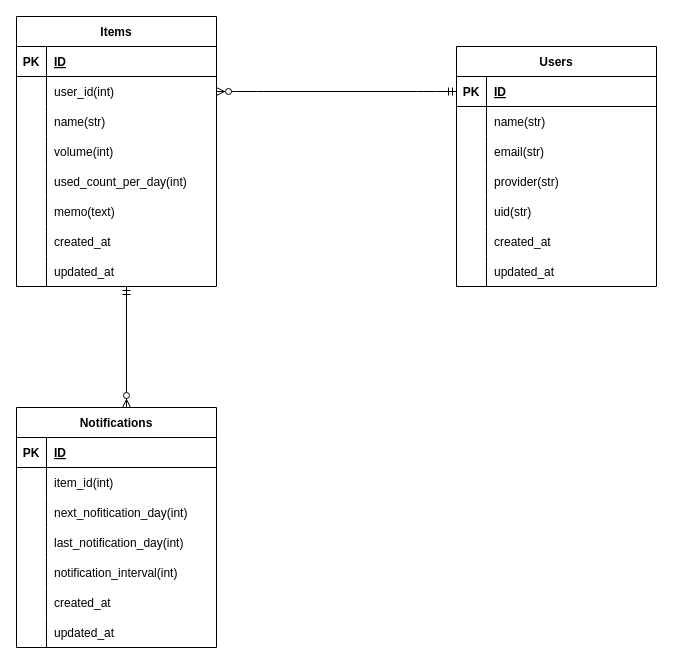
Before: ER_diagram.dio in nakajima-takeshi/stockmate, a draw.io diagram. Source tidied: cells renumbered, new cells numbered last; positions are measured from the earlier drawing's top-left corner, leaving out a move shared by most shapes. Both pictures are drawn from the tidied source at 100%, with x=0, y=0 at pixel (16, 16).
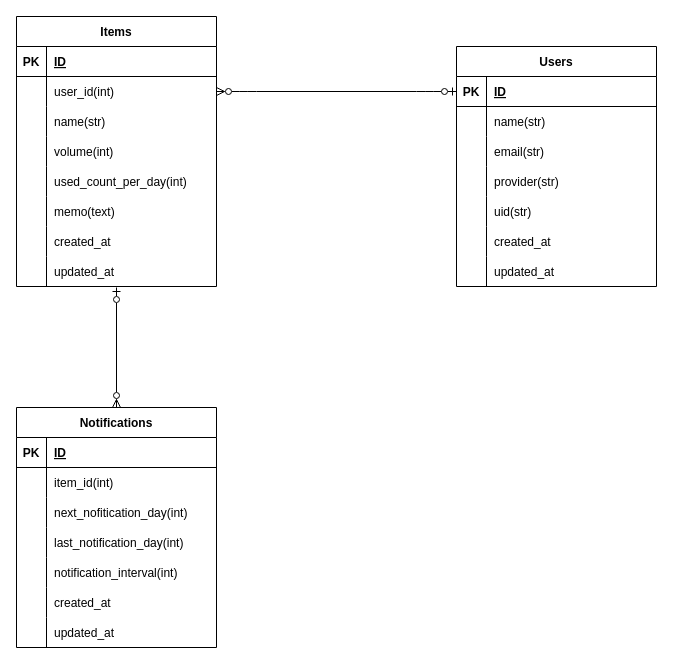
Above is the later version.

Commit message:
リレーション等を微調整しました

The change refers to these unchanged cells:
```xml
<mxCell id="3" style="shape=tableRow;horizontal=0;startSize=0;swimlaneHead=0;swimlaneBody=0;fillColor=none;points=[[0,0.5],[1,0.5]];portConstraint=eastwest;top=0;left=0;right=0;bottom=1;" parent="2" vertex="1">
  <mxGeometry y="30" width="200" height="30" as="geometry" />
</mxCell>
<mxCell id="28" style="shape=tableRow;horizontal=0;startSize=0;swimlaneHead=0;swimlaneBody=0;fillColor=none;points=[[0,0.5],[1,0.5]];portConstraint=eastwest;top=0;left=0;right=0;bottom=0;" parent="24" vertex="1">
  <mxGeometry y="60" width="200" height="30" as="geometry" />
</mxCell>
<mxCell id="50" value="Notifications" style="shape=table;startSize=30;childLayout=tableLayout;rowLines=0;fontStyle=1;align=center;" parent="1" vertex="1">
  <mxGeometry y="391" width="200" height="240" as="geometry" />
</mxCell>
```

Diff of the diagram source:
```diff
@@
-    <mxCell id="49" style="edgeStyle=entityRelationEdgeStyle;fontSize=12;html=1;endArrow=ERzeroToMany;startArrow=ERmandOne;exitX=0;exitY=0.5;exitDx=0;exitDy=0;entryX=1;entryY=0.5;entryDx=0;entryDy=0;" parent="1" edge="1" source="3" target="28">
+    <mxCell id="49" style="edgeStyle=entityRelationEdgeStyle;fontSize=12;html=1;endArrow=ERzeroToMany;startArrow=ERzeroToOne;exitX=0;exitY=0.5;exitDx=0;exitDy=0;entryX=1;entryY=0.5;entryDx=0;entryDy=0;startFill=0;endFill=0;" parent="1" edge="1" source="3" target="28">
       <mxGeometry relative="1" as="geometry" />
     </mxCell>
@@
-    <mxCell id="72" style="fontSize=12;html=1;endArrow=ERzeroToMany;startArrow=ERmandOne;" parent="1" edge="1">
-      <mxGeometry relative="1" as="geometry">
-        <mxPoint x="110" y="270" as="sourcePoint" />
-        <mxPoint x="110" y="391" as="targetPoint" />
-      </mxGeometry>
-    </mxCell>
+    <mxCell id="73" style="fontSize=12;html=1;endArrow=ERzeroToMany;startArrow=ERzeroToOne;entryX=0.5;entryY=0;entryDx=0;entryDy=0;startFill=0;endFill=0;" parent="1" edge="1" target="50">
+      <mxGeometry relative="1" as="geometry">
+        <mxPoint x="100" y="271" as="sourcePoint" />
+      </mxGeometry>
+    </mxCell>
```
